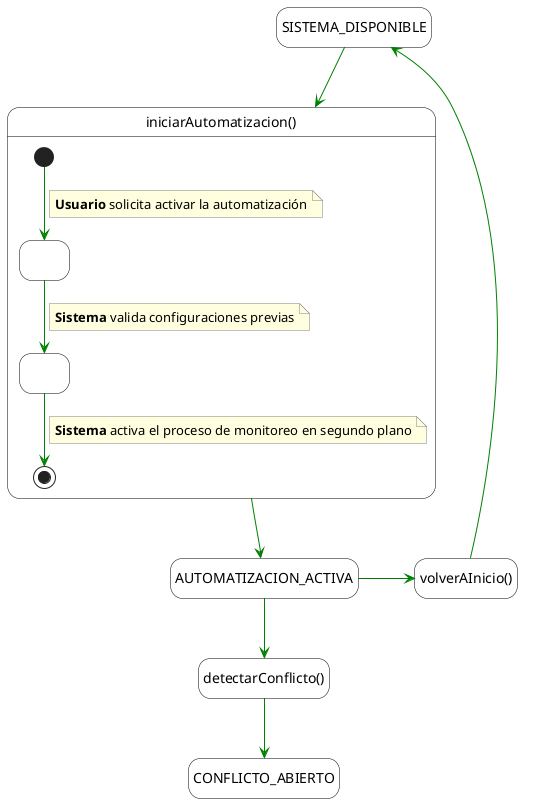
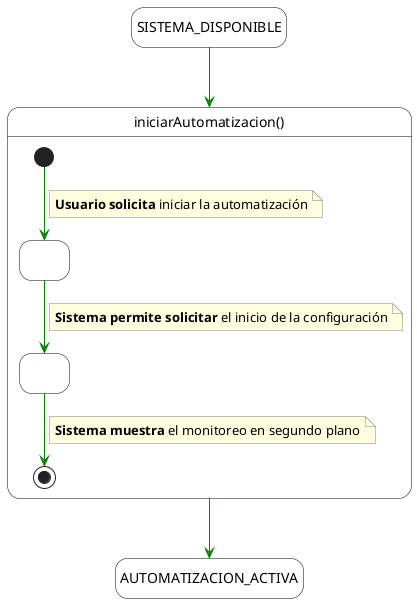
@startuml
hide empty description
- 

skinparam state {
    BackgroundColor White
    BorderColor Black
    ArrowColor Green
}
skinparam note {
    BackgroundColor LightYellow
    BorderColor Gray
}

- 
state SISTEMA_DISPONIBLE

state "iniciarAutomatizacion()" as MainBlock {

    [*] --> Paso1
    note on link
-         **Usuario** solicita activar la automatización
+         ' Verbo estricto del ACTOR: SOLICITA
+         **Usuario solicita** iniciar la automatización
    end note

    state Paso1 as " "

    Paso1 --> Paso2
    note on link
-         **Sistema** valida configuraciones previas
+         ' Verbo estricto del SISTEMA: PERMITE SOLICITAR
+         ' (Se usa cuando el sistema valida ok y deja pasar)
+         **Sistema permite solicitar** el inicio de la configuración
    end note

    state Paso2 as " "

    Paso2 --> [*]
    note on link
-         **Sistema** activa el proceso de monitoreo en segundo plano
+         ' Verbo estricto del SISTEMA: MUESTRA / VISUALIZA
+         **Sistema muestra** el monitoreo en segundo plano
    end note
}

- 
SISTEMA_DISPONIBLE -down-> MainBlock
- 

state AUTOMATIZACION_ACTIVA
MainBlock -down-> AUTOMATIZACION_ACTIVA

- 
- state eventoTiempo as "detectarConflicto()"
- AUTOMATIZACION_ACTIVA -down-> eventoTiempo
- state CONFLICTO_ABIERTO
- eventoTiempo -down-> CONFLICTO_ABIERTO
- 
- 
- state volver as "volverAInicio()"
- AUTOMATIZACION_ACTIVA -right-> volver
- volver -up-> SISTEMA_DISPONIBLE
- 
@enduml